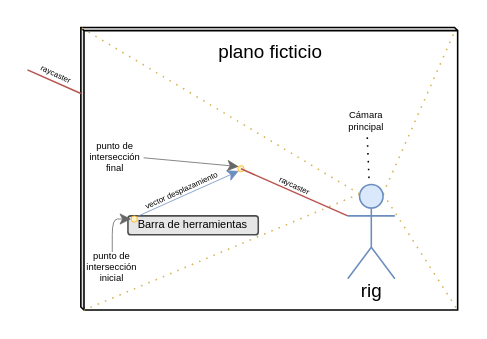
djprano/AFrameTFG keeps this draw.io diagram as diagrams/custom-draggable.drawio. Above is the earlier version. Source tidied: cells renumbered, new cells numbered last; positions are measured from the earlier drawing's top-left corner, leaving out a move shared by most shapes. Both pictures are drawn from the tidied source at 157%, with x=0, y=0 at pixel (27, 27).
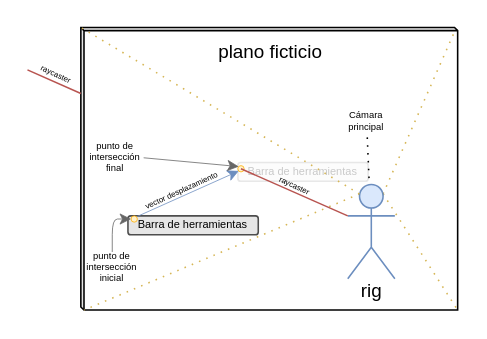
Above is the later version.

Diff of the diagram source:
```diff
@@
+    <mxCell id="23" value="Barra de herramientas" style="rounded=1;strokeColor=#4D4D4D;fontStyle=0;fillColor=#E6E6E6;fontSize=7;fontFamily=Helvetica;fontColor=default;fillOpacity=12;strokeOpacity=13;textOpacity=20;" parent="1" vertex="1">
+      <mxGeometry x="134" y="86" width="83" height="12" as="geometry" />
+    </mxCell>
```
